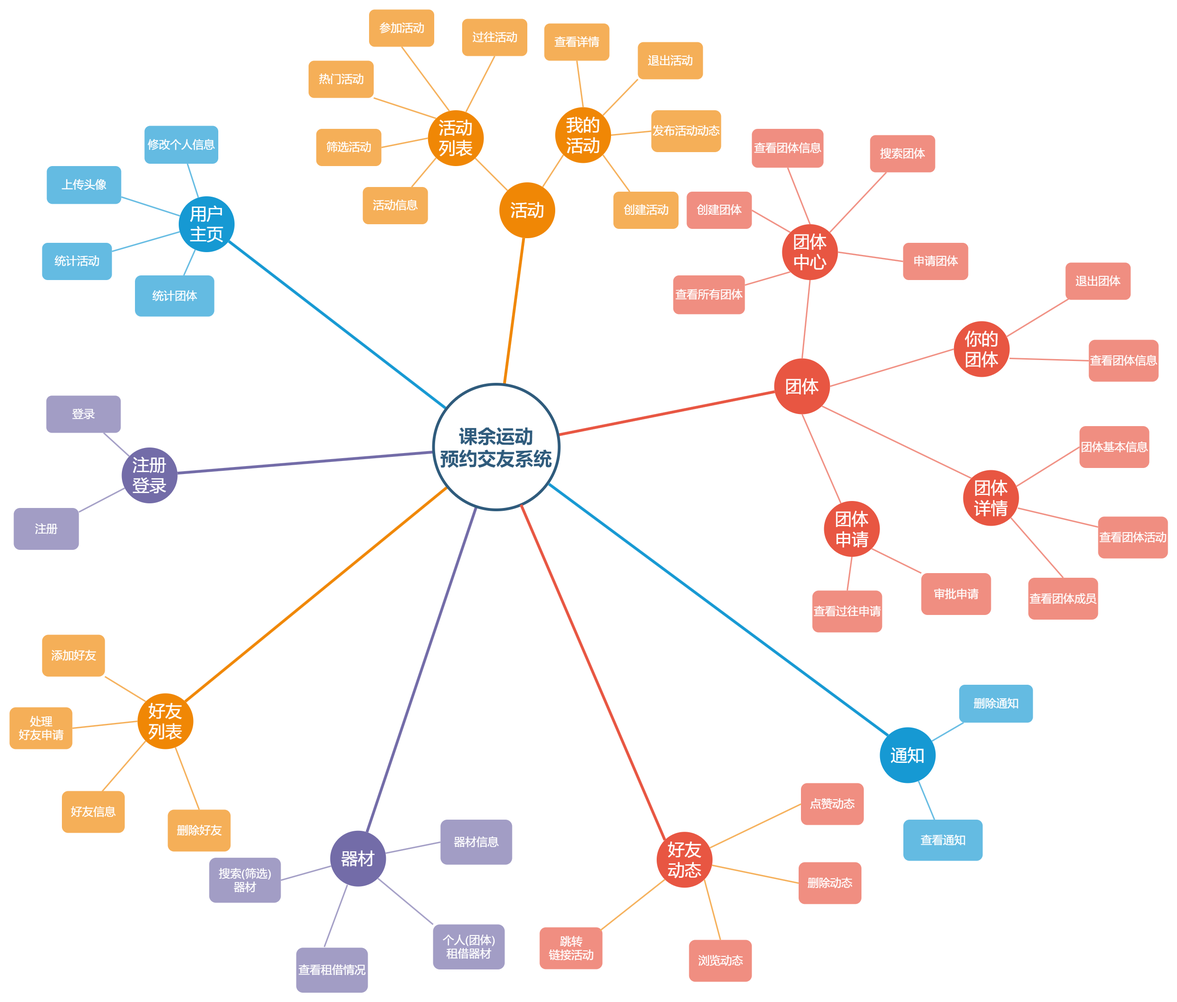
This is report/images/系统功能结构图.drawio.png from M4kiseKurisu/Sport-Managing-System, a draw.io export, as it was before one commit. Source tidied: cells renumbered, new cells last; positions are measured from the earlier drawing's top-left corner, leaving out a move shared by most shapes.
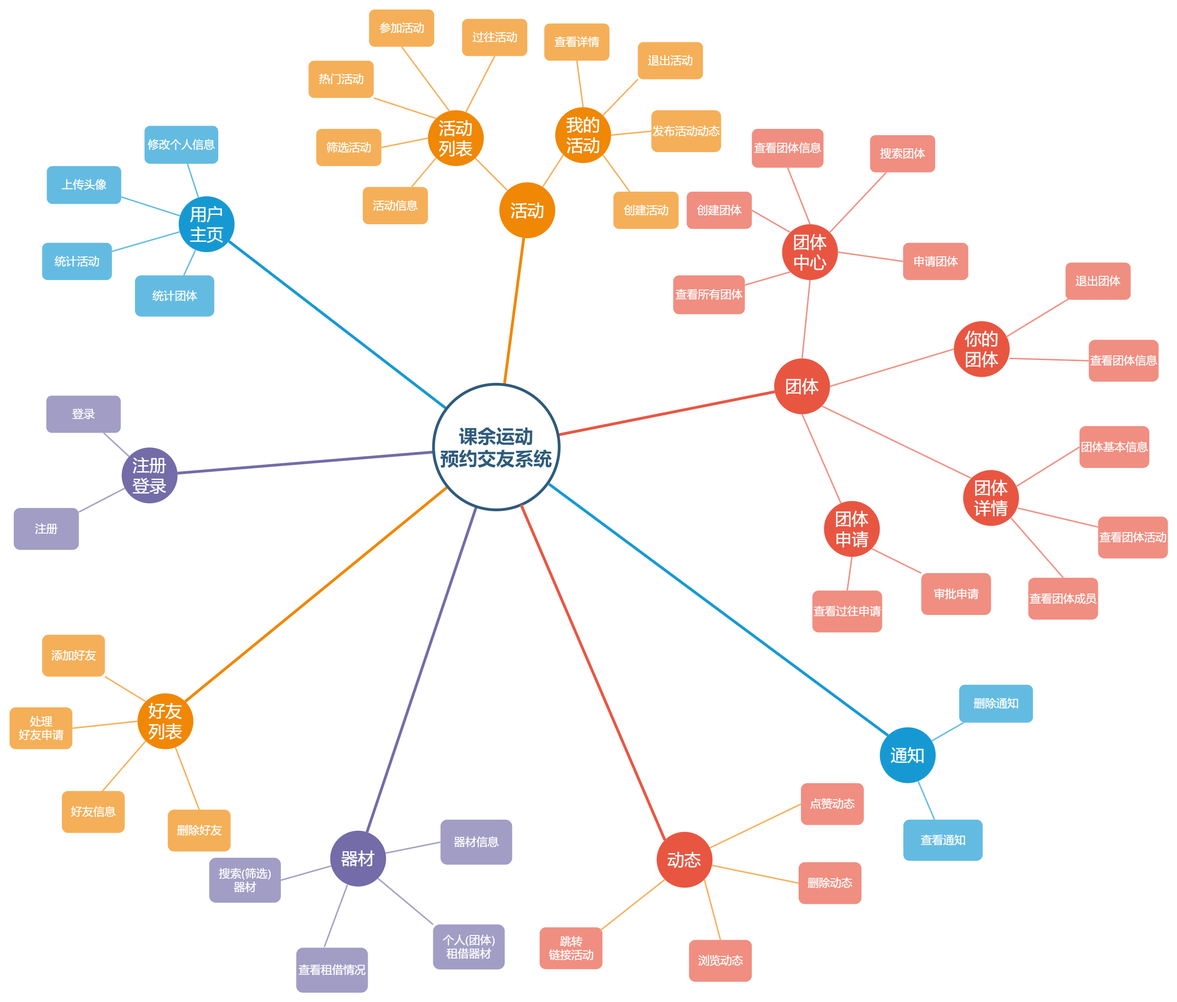
The same file after the commit.

The edit, as a diff of the source:
```diff
@@ -326,7 +326,7 @@
         <mxPoint x="1159" y="1020" as="sourcePoint" />
       </mxGeometry>
     </mxCell>
-    <mxCell id="106" value="&lt;font style=&quot;font-size: 36px;&quot;&gt;好友&lt;br&gt;动态&lt;br&gt;&lt;/font&gt;" style="ellipse;whiteSpace=wrap;html=1;shadow=0;fontFamily=Helvetica;fontSize=20;fontColor=#FFFFFF;align=center;strokeWidth=3;fillColor=#E85642;strokeColor=none;" parent="1" vertex="1">
+    <mxCell id="106" value="&lt;font style=&quot;font-size: 36px;&quot;&gt;动态&lt;br&gt;&lt;/font&gt;" style="ellipse;whiteSpace=wrap;html=1;shadow=0;fontFamily=Helvetica;fontSize=20;fontColor=#FFFFFF;align=center;strokeWidth=3;fillColor=#E85642;strokeColor=none;" parent="1" vertex="1">
       <mxGeometry x="1390.5" y="1767.8" width="120" height="120" as="geometry" />
     </mxCell>
     <mxCell id="107" value="&lt;span style=&quot;font-size: 24px;&quot;&gt;浏览动态&lt;br&gt;&lt;/span&gt;" style="rounded=1;fillColor=#F08E81;strokeColor=none;strokeWidth=3;shadow=0;html=1;fontColor=#FFFFFF;" parent="1" vertex="1">
```
